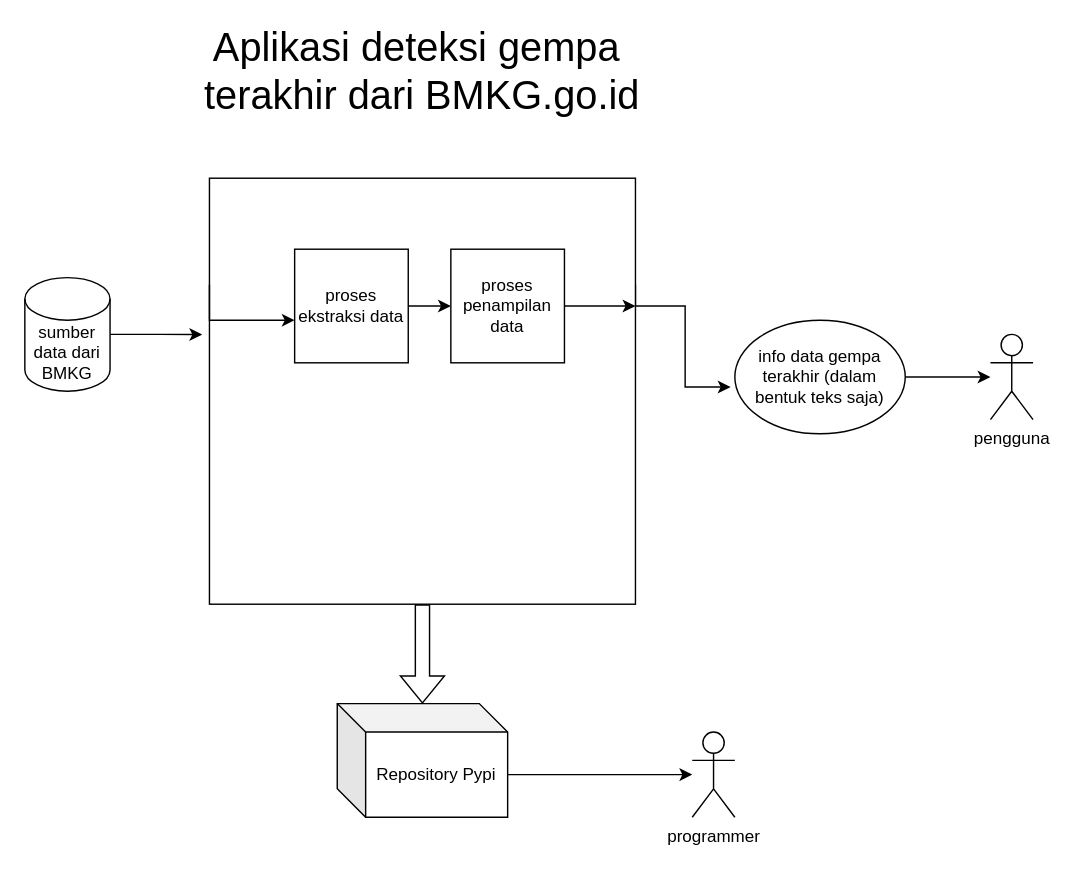
husaenaf/python-fundamental-ud keeps this draw.io diagram as Rancangan aplikasi modularisasi.drawio. Above is the earlier version. Source tidied: cells renumbered, new cells numbered last; positions are measured from the earlier drawing's top-left corner, leaving out a move shared by most shapes. Both pictures are drawn from the tidied source at 142%, with x=0, y=0 at pixel (24, 50).
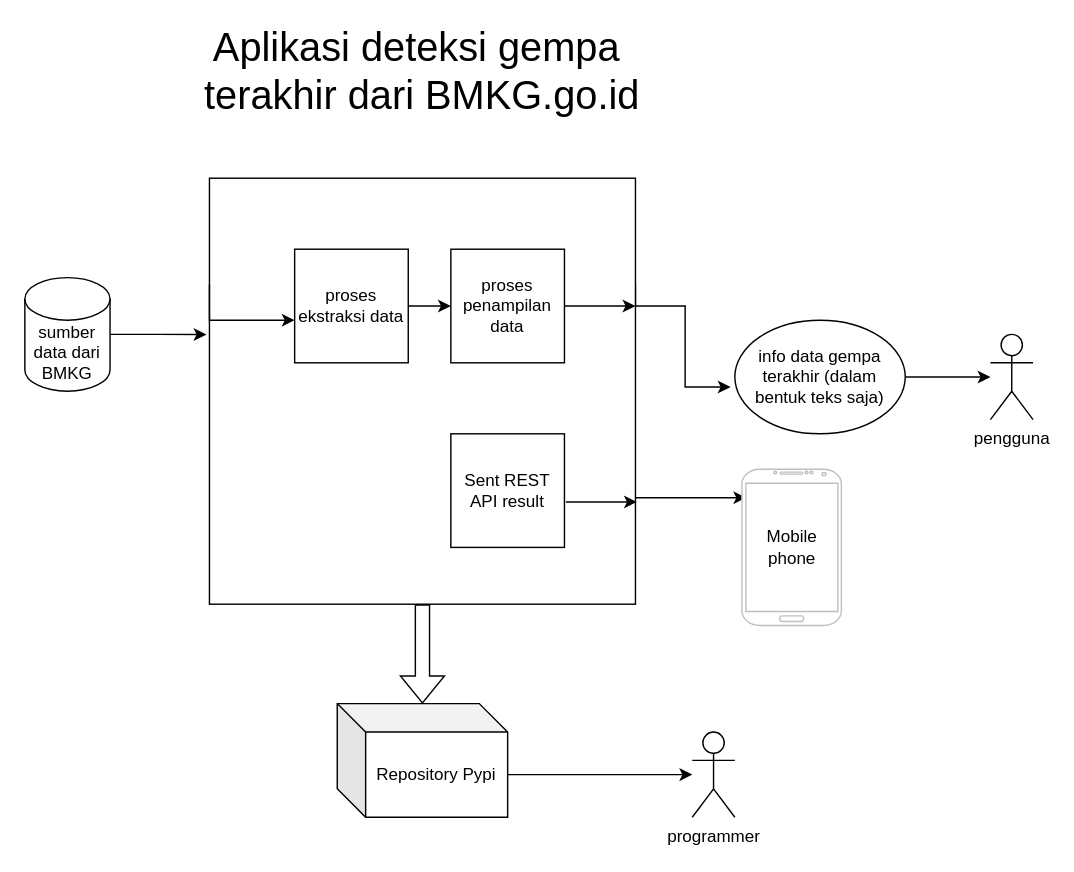
The same page after the edit.

The change refers to these unchanged cells:
```xml
<mxCell id="3" style="whiteSpace=wrap;html=1;" parent="1" vertex="1">
  <mxGeometry x="130" y="90" width="300" height="300" as="geometry" />
</mxCell>
<mxCell id="10" value="sumber data dari BMKG" style="shape=cylinder3;whiteSpace=wrap;html=1;boundedLbl=1;backgroundOutline=1;size=15;" parent="1" vertex="1">
  <mxGeometry y="160" width="60" height="80" as="geometry" />
</mxCell>
```

The edit, as a diff of the source:
```diff
@@
+    <mxCell id="19" style="edgeStyle=orthogonalEdgeStyle;rounded=0;jettySize=auto;html=1;exitX=1;exitY=0.75;exitDx=0;exitDy=0;entryX=0.043;entryY=0.182;entryDx=0;entryDy=0;entryPerimeter=0;" parent="1" edge="1" source="3" target="20">
+      <mxGeometry relative="1" as="geometry" />
+    </mxCell>
@@
-    <mxCell id="9" style="edgeStyle=orthogonalEdgeStyle;rounded=0;jettySize=auto;html=1;exitX=1;exitY=0.5;exitDx=0;exitDy=0;exitPerimeter=0;entryX=-0.017;entryY=0.367;entryDx=0;entryDy=0;entryPerimeter=0;" parent="1" edge="1" source="10" target="3">
+    <mxCell id="9" style="edgeStyle=orthogonalEdgeStyle;rounded=0;jettySize=auto;html=1;exitX=1;exitY=0.5;exitDx=0;exitDy=0;exitPerimeter=0;entryX=-0.007;entryY=0.367;entryDx=0;entryDy=0;entryPerimeter=0;" parent="1" edge="1" source="10" target="3">
       <mxGeometry relative="1" as="geometry" />
     </mxCell>
@@
+    <mxCell id="20" style="verticalLabelPosition=bottom;verticalAlign=top;html=1;shadow=0;dashed=0;strokeWidth=1;shape=mxgraph.android.phone2;strokeColor=#c0c0c0;" parent="1" vertex="1">
+      <mxGeometry x="505" y="295" width="70" height="110" as="geometry" />
+    </mxCell>
+    <mxCell id="21" value="Mobile&lt;br&gt;phone" style="text;html=1;align=center;verticalAlign=middle;strokeColor=none;fillColor=none;" parent="1" vertex="1">
+      <mxGeometry x="510" y="330" width="60" height="40" as="geometry" />
+    </mxCell>
+    <mxCell id="22" value="Sent REST API result" style="whiteSpace=wrap;html=1;" parent="1" vertex="1">
+      <mxGeometry x="300" y="270" width="80" height="80" as="geometry" />
+    </mxCell>
+    <mxCell id="23" style="edgeStyle=orthogonalEdgeStyle;rounded=0;orthogonalLoop=1;jettySize=auto;html=1;exitX=1;exitY=0.5;exitDx=0;exitDy=0;entryX=1;entryY=0.3;entryDx=0;entryDy=0;entryPerimeter=0;" parent="1" edge="1">
+      <mxGeometry relative="1" as="geometry">
+        <mxPoint x="381" y="318" as="sourcePoint" />
+        <mxPoint x="431" y="318" as="targetPoint" />
+        <Array as="points">
+          <mxPoint x="401" y="318" />
+          <mxPoint x="401" y="318" />
+        </Array>
+      </mxGeometry>
+    </mxCell>
```
